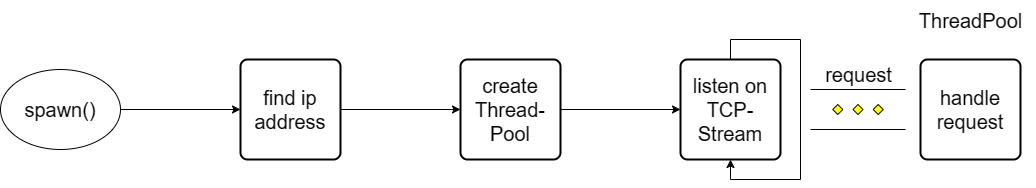
The draw.io diagram Final/server.png in DerGorn/InterstellareSimulation, before a commit. Source tidied: cells renumbered, new cells last; positions are measured from the earlier drawing's top-left corner, leaving out a move shared by most shapes.
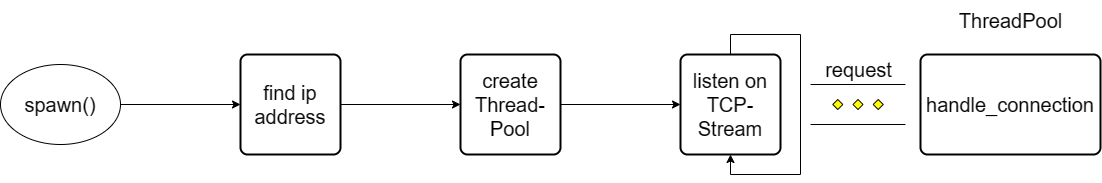
After the commit.

Change to the diagram source:
```diff
@@ -11,8 +11,8 @@
     <mxCell id="4" value="&lt;font style=&quot;font-size: 20px;&quot;&gt;listen on TCP-Stream&lt;/font&gt;" style="rounded=1;whiteSpace=wrap;html=1;absoluteArcSize=1;arcSize=14;strokeWidth=2;" parent="1" vertex="1">
       <mxGeometry x="680" y="59" width="100" height="100" as="geometry" />
     </mxCell>
-    <mxCell id="5" value="&lt;font style=&quot;font-size: 20px;&quot;&gt;handle request&lt;/font&gt;" style="rounded=1;whiteSpace=wrap;html=1;absoluteArcSize=1;arcSize=14;strokeWidth=2;" parent="1" vertex="1">
-      <mxGeometry x="920" y="59" width="100" height="100" as="geometry" />
+    <mxCell id="5" value="&lt;font style=&quot;font-size: 20px;&quot;&gt;handle_connection&lt;/font&gt;" style="rounded=1;whiteSpace=wrap;html=1;absoluteArcSize=1;arcSize=14;strokeWidth=2;" parent="1" vertex="1">
+      <mxGeometry x="920" y="59" width="180" height="100" as="geometry" />
     </mxCell>
     <mxCell id="6" style="edgeStyle=orthogonalEdgeStyle;rounded=0;jettySize=auto;html=1;entryX=0;entryY=0.5;entryDx=0;entryDy=0;" parent="1" edge="1" source="7" target="4">
       <mxGeometry relative="1" as="geometry" />
@@ -36,7 +36,7 @@
       <mxGeometry x="812.5" y="54" width="90" height="40" as="geometry" />
     </mxCell>
     <mxCell id="13" value="&lt;font style=&quot;font-size: 20px;&quot;&gt;ThreadPool&lt;/font&gt;" style="text;html=1;align=center;verticalAlign=middle;strokeColor=none;fillColor=none;" parent="1" vertex="1">
-      <mxGeometry x="905" width="130" height="40" as="geometry" />
+      <mxGeometry x="945" y="5" width="130" height="40" as="geometry" />
     </mxCell>
   </root>
 </mxGraphModel>
```
